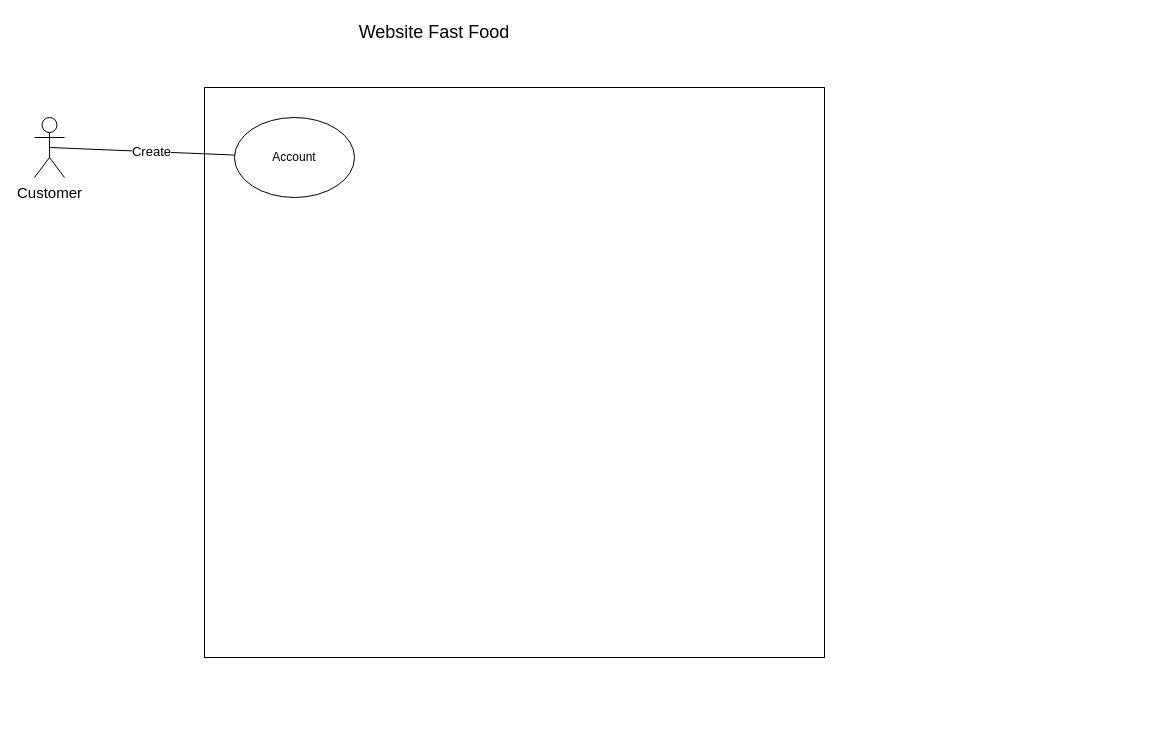
HARKINGS/UML keeps this draw.io diagram as PlaceOrder.drawio. Above is the earlier version. Source tidied: cells renumbered, new cells numbered last; positions are measured from the earlier drawing's top-left corner, leaving out a move shared by most shapes. Both pictures are drawn from the tidied source at 100%, with x=0, y=0 at pixel (34, 17).
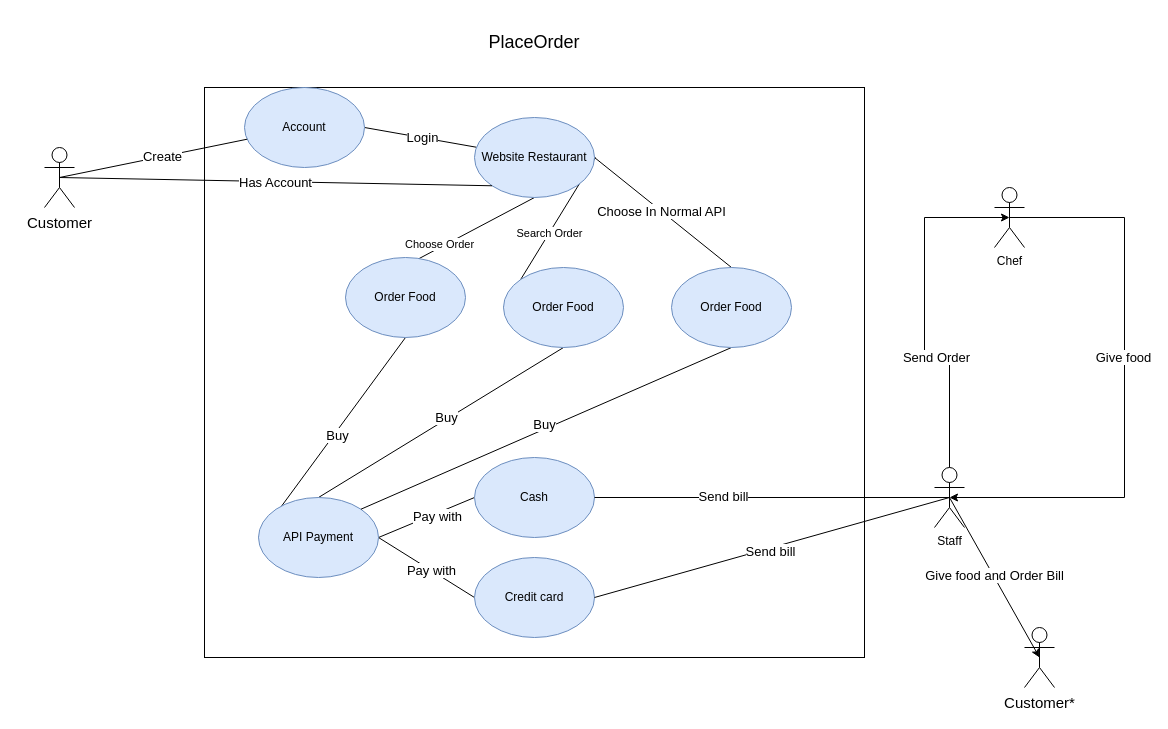
Above is the later version.

Commit message (it also covers changes not shown here):
Cập nhật PlaceOrder.drawio

Diff of the diagram source:
```diff
@@
     <mxCell id="2" value="&lt;font style=&quot;font-size: 15px;&quot;&gt;Customer&lt;/font&gt;" style="shape=umlActor;verticalLabelPosition=bottom;verticalAlign=top;html=1;outlineConnect=0;" parent="1" vertex="1">
-      <mxGeometry y="100" width="30" height="60" as="geometry" />
+      <mxGeometry x="10" y="130" width="30" height="60" as="geometry" />
     </mxCell>
     <mxCell id="3" style="rounded=0;whiteSpace=wrap;html=1;" parent="1" vertex="1">
-      <mxGeometry x="170" y="70" width="620" height="570" as="geometry" />
+      <mxGeometry x="170" y="70" width="660" height="570" as="geometry" />
     </mxCell>
-    <mxCell id="4" value="&lt;span style=&quot;font-size: 18px;&quot;&gt;Website Fast Food&lt;/span&gt;" style="text;html=1;align=center;verticalAlign=middle;whiteSpace=wrap;rounded=0;" parent="1" vertex="1">
-      <mxGeometry x="311" width="178" height="30" as="geometry" />
+    <mxCell id="4" value="&lt;span style=&quot;font-size: 18px;&quot;&gt;PlaceOrder&lt;/span&gt;" style="text;html=1;align=center;verticalAlign=middle;whiteSpace=wrap;rounded=0;" parent="1" vertex="1">
+      <mxGeometry x="411" y="10" width="178" height="30" as="geometry" />
     </mxCell>
+    <mxCell id="8" style="rounded=0;jettySize=auto;html=1;exitX=1;exitY=0.5;exitDx=0;exitDy=0;endArrow=none;endFill=0;" parent="1" edge="1" source="5" target="16">
+      <mxGeometry relative="1" as="geometry" />
+    </mxCell>
+    <mxCell id="9" value="&lt;font style=&quot;font-size: 13px;&quot;&gt;Login&lt;/font&gt;" style="edgeLabel;html=1;align=center;verticalAlign=middle;" parent="8" vertex="1">
+      <mxGeometry x="0.02" y="1" relative="1" as="geometry" />
+    </mxCell>
-    <mxCell id="5" value="Account" style="ellipse;whiteSpace=wrap;html=1;" parent="1" vertex="1">
-      <mxGeometry x="200" y="100" width="120" height="80" as="geometry" />
+    <mxCell id="5" value="Account" style="ellipse;whiteSpace=wrap;html=1;fillColor=#dae8fc;strokeColor=#6c8ebf;" parent="1" vertex="1">
+      <mxGeometry x="210" y="70" width="120" height="80" as="geometry" />
     </mxCell>
@@
+    <mxCell id="10" style="rounded=0;jettySize=auto;html=1;exitX=1;exitY=0.5;exitDx=0;exitDy=0;entryX=0;entryY=0.5;entryDx=0;entryDy=0;endArrow=none;endFill=0;" parent="1" edge="1" target="19">
+      <mxGeometry relative="1" as="geometry">
+        <mxPoint x="561" y="140" as="sourcePoint" />
+      </mxGeometry>
+    </mxCell>
+    <mxCell id="11" value="Search Order" style="edgeLabel;html=1;align=center;verticalAlign=middle;" parent="10" vertex="1">
+      <mxGeometry relative="1" as="geometry" />
+    </mxCell>
+    <mxCell id="12" style="rounded=0;jettySize=auto;html=1;exitX=0.5;exitY=1;exitDx=0;exitDy=0;entryX=0;entryY=0.5;entryDx=0;entryDy=0;endArrow=none;endFill=0;" parent="1" edge="1" source="16" target="22">
+      <mxGeometry relative="1" as="geometry" />
+    </mxCell>
+    <mxCell id="13" value="Choose Order" style="edgeLabel;html=1;align=center;verticalAlign=middle;" parent="12" vertex="1">
+      <mxGeometry x="-0.01" y="-3" relative="1" as="geometry" />
+    </mxCell>
+    <mxCell id="14" style="rounded=0;jettySize=auto;html=1;exitX=1;exitY=0.5;exitDx=0;exitDy=0;entryX=0.5;entryY=0;entryDx=0;entryDy=0;endArrow=none;endFill=0;" parent="1" edge="1" source="16" target="47">
+      <mxGeometry relative="1" as="geometry" />
+    </mxCell>
+    <mxCell id="15" value="&lt;font style=&quot;font-size: 13px;&quot;&gt;Choose In Normal API&lt;/font&gt;" style="edgeLabel;html=1;align=center;verticalAlign=middle;" parent="14" vertex="1">
+      <mxGeometry x="-0.03" relative="1" as="geometry" />
+    </mxCell>
+    <mxCell id="16" value="Website Restaurant" style="ellipse;whiteSpace=wrap;html=1;fillColor=#dae8fc;strokeColor=#6c8ebf;" parent="1" vertex="1">
+      <mxGeometry x="440" y="100" width="120" height="80" as="geometry" />
+    </mxCell>
+    <mxCell id="17" style="rounded=0;jettySize=auto;html=1;exitX=0.5;exitY=1;exitDx=0;exitDy=0;entryX=0.5;entryY=0;entryDx=0;entryDy=0;endArrow=none;endFill=0;" parent="1" edge="1" source="19" target="27">
+      <mxGeometry relative="1" as="geometry" />
+    </mxCell>
+    <mxCell id="18" value="&lt;font style=&quot;font-size: 13px;&quot;&gt;Buy&lt;/font&gt;" style="edgeLabel;html=1;align=center;verticalAlign=middle;" parent="17" vertex="1">
+      <mxGeometry x="-0.05" y="-2" relative="1" as="geometry" />
+    </mxCell>
+    <mxCell id="19" value="Order Food" style="ellipse;whiteSpace=wrap;html=1;fillColor=#dae8fc;strokeColor=#6c8ebf;" parent="1" vertex="1">
+      <mxGeometry x="469" y="250" width="120" height="80" as="geometry" />
+    </mxCell>
+    <mxCell id="20" style="rounded=0;jettySize=auto;html=1;exitX=0.5;exitY=1;exitDx=0;exitDy=0;entryX=0;entryY=0.5;entryDx=0;entryDy=0;endArrow=none;endFill=0;" parent="1" edge="1" source="22" target="27">
+      <mxGeometry relative="1" as="geometry" />
+    </mxCell>
+    <mxCell id="21" value="&lt;font style=&quot;font-size: 13px;&quot;&gt;Buy&lt;/font&gt;" style="edgeLabel;html=1;align=center;verticalAlign=middle;" parent="20" vertex="1">
+      <mxGeometry x="-0.04" y="3" relative="1" as="geometry" />
+    </mxCell>
+    <mxCell id="22" value="Order Food" style="ellipse;whiteSpace=wrap;html=1;fillColor=#dae8fc;strokeColor=#6c8ebf;" parent="1" vertex="1">
+      <mxGeometry x="311" y="240" width="120" height="80" as="geometry" />
+    </mxCell>
+    <mxCell id="23" style="rounded=0;jettySize=auto;html=1;exitX=1;exitY=0.5;exitDx=0;exitDy=0;entryX=0;entryY=0.5;entryDx=0;entryDy=0;endArrow=none;endFill=0;" parent="1" edge="1" source="27" target="30">
+      <mxGeometry relative="1" as="geometry" />
+    </mxCell>
+    <mxCell id="24" value="&lt;font style=&quot;font-size: 13px;&quot;&gt;Pay with&lt;/font&gt;" style="edgeLabel;html=1;align=center;verticalAlign=middle;" parent="23" vertex="1">
+      <mxGeometry x="0.2" y="-2" relative="1" as="geometry" />
+    </mxCell>
+    <mxCell id="25" style="rounded=0;jettySize=auto;html=1;exitX=1;exitY=0.5;exitDx=0;exitDy=0;entryX=0;entryY=0.5;entryDx=0;entryDy=0;endArrow=none;endFill=0;" parent="1" edge="1" source="27" target="31">
+      <mxGeometry relative="1" as="geometry" />
+    </mxCell>
+    <mxCell id="26" value="&lt;font style=&quot;font-size: 13px;&quot;&gt;Pay with&lt;/font&gt;" style="edgeLabel;html=1;align=center;verticalAlign=middle;" parent="25" vertex="1">
+      <mxGeometry x="0.09" relative="1" as="geometry" />
+    </mxCell>
+    <mxCell id="27" value="API Payment" style="ellipse;whiteSpace=wrap;html=1;fillColor=#dae8fc;strokeColor=#6c8ebf;" parent="1" vertex="1">
+      <mxGeometry x="224" y="480" width="120" height="80" as="geometry" />
+    </mxCell>
+    <mxCell id="28" style="rounded=0;jettySize=auto;html=1;exitX=0.5;exitY=0.5;exitDx=0;exitDy=0;exitPerimeter=0;entryX=0;entryY=1;entryDx=0;entryDy=0;endArrow=none;endFill=0;" parent="1" edge="1" source="2" target="16">
+      <mxGeometry relative="1" as="geometry" />
+    </mxCell>
+    <mxCell id="29" value="&lt;font style=&quot;font-size: 13px;&quot;&gt;Has Account&lt;/font&gt;" style="edgeLabel;html=1;align=center;verticalAlign=middle;" parent="28" vertex="1">
+      <mxGeometry relative="1" as="geometry" />
+    </mxCell>
+    <mxCell id="30" value="Cash" style="ellipse;whiteSpace=wrap;html=1;fillColor=#dae8fc;strokeColor=#6c8ebf;" parent="1" vertex="1">
+      <mxGeometry x="440" y="440" width="120" height="80" as="geometry" />
+    </mxCell>
+    <mxCell id="31" value="Credit card" style="ellipse;whiteSpace=wrap;html=1;fillColor=#dae8fc;strokeColor=#6c8ebf;" parent="1" vertex="1">
+      <mxGeometry x="440" y="540" width="120" height="80" as="geometry" />
+    </mxCell>
+    <mxCell id="32" value="Chef" style="shape=umlActor;verticalLabelPosition=bottom;verticalAlign=top;html=1;outlineConnect=0;" parent="1" vertex="1">
+      <mxGeometry x="960" y="170" width="30" height="60" as="geometry" />
+    </mxCell>
+    <mxCell id="33" value="Staff" style="shape=umlActor;verticalLabelPosition=bottom;verticalAlign=top;html=1;outlineConnect=0;" parent="1" vertex="1">
+      <mxGeometry x="900" y="450" width="30" height="60" as="geometry" />
+    </mxCell>
+    <mxCell id="34" style="edgeStyle=orthogonalEdgeStyle;rounded=0;jettySize=auto;html=1;exitX=1;exitY=0.5;exitDx=0;exitDy=0;entryX=0.5;entryY=0.5;entryDx=0;entryDy=0;entryPerimeter=0;endArrow=none;endFill=0;" parent="1" edge="1" source="30" target="33">
+      <mxGeometry relative="1" as="geometry" />
+    </mxCell>
+    <mxCell id="35" value="&lt;font style=&quot;font-size: 13px;&quot;&gt;Send bill&lt;/font&gt;" style="edgeLabel;html=1;align=center;verticalAlign=middle;" parent="34" vertex="1">
+      <mxGeometry x="-0.28" y="2" relative="1" as="geometry" />
+    </mxCell>
+    <mxCell id="36" style="rounded=0;jettySize=auto;html=1;exitX=1;exitY=0.5;exitDx=0;exitDy=0;entryX=0.5;entryY=0.5;entryDx=0;entryDy=0;entryPerimeter=0;endArrow=none;endFill=0;" parent="1" edge="1" source="31" target="33">
+      <mxGeometry relative="1" as="geometry" />
+    </mxCell>
+    <mxCell id="37" value="&lt;font style=&quot;font-size: 13px;&quot;&gt;Send bill&lt;/font&gt;" style="edgeLabel;html=1;align=center;verticalAlign=middle;" parent="36" vertex="1">
+      <mxGeometry x="-0.02" y="-3" relative="1" as="geometry" />
+    </mxCell>
+    <mxCell id="38" style="edgeStyle=orthogonalEdgeStyle;rounded=0;jettySize=auto;html=1;exitX=0.5;exitY=0;exitDx=0;exitDy=0;exitPerimeter=0;entryX=0.5;entryY=0.5;entryDx=0;entryDy=0;entryPerimeter=0;" parent="1" edge="1" source="33" target="32">
+      <mxGeometry relative="1" as="geometry">
+        <Array as="points">
+          <mxPoint x="915" y="340" />
+          <mxPoint x="890" y="340" />
+          <mxPoint x="890" y="200" />
+        </Array>
+      </mxGeometry>
+    </mxCell>
+    <mxCell id="39" value="&lt;font style=&quot;font-size: 13px;&quot;&gt;Send Order&lt;/font&gt;" style="edgeLabel;html=1;align=center;verticalAlign=middle;" parent="38" vertex="1">
+      <mxGeometry x="-0.31" y="-1" relative="1" as="geometry" />
+    </mxCell>
+    <mxCell id="40" style="edgeStyle=orthogonalEdgeStyle;rounded=0;jettySize=auto;html=1;exitX=0.5;exitY=0.5;exitDx=0;exitDy=0;exitPerimeter=0;entryX=0.5;entryY=0.5;entryDx=0;entryDy=0;entryPerimeter=0;" parent="1" edge="1" source="32" target="33">
+      <mxGeometry relative="1" as="geometry">
+        <Array as="points">
+          <mxPoint x="1090" y="200" />
+          <mxPoint x="1090" y="480" />
+        </Array>
+      </mxGeometry>
+    </mxCell>
+    <mxCell id="41" value="&lt;font style=&quot;font-size: 13px;&quot;&gt;Give food&lt;/font&gt;" style="edgeLabel;html=1;align=center;verticalAlign=middle;" parent="40" vertex="1">
+      <mxGeometry x="-0.11" y="-2" relative="1" as="geometry" />
+    </mxCell>
+    <mxCell id="42" value="&lt;font style=&quot;font-size: 15px;&quot;&gt;Customer*&lt;/font&gt;" style="shape=umlActor;verticalLabelPosition=bottom;verticalAlign=top;html=1;outlineConnect=0;" parent="1" vertex="1">
+      <mxGeometry x="990" y="610" width="30" height="60" as="geometry" />
+    </mxCell>
+    <mxCell id="43" style="rounded=0;jettySize=auto;html=1;exitX=0.5;exitY=0.5;exitDx=0;exitDy=0;exitPerimeter=0;entryX=0.5;entryY=0.5;entryDx=0;entryDy=0;entryPerimeter=0;" parent="1" edge="1" source="33" target="42">
+      <mxGeometry relative="1" as="geometry" />
+    </mxCell>
+    <mxCell id="44" value="&lt;font style=&quot;font-size: 13px;&quot;&gt;Give food and Order Bill&lt;/font&gt;" style="edgeLabel;html=1;align=center;verticalAlign=middle;" parent="43" vertex="1">
+      <mxGeometry x="-0.02" y="1" relative="1" as="geometry" />
+    </mxCell>
+    <mxCell id="45" style="rounded=0;jettySize=auto;html=1;exitX=0.5;exitY=1;exitDx=0;exitDy=0;entryX=1;entryY=0;entryDx=0;entryDy=0;endArrow=none;endFill=0;" parent="1" edge="1" source="47" target="27">
+      <mxGeometry relative="1" as="geometry" />
+    </mxCell>
+    <mxCell id="46" value="&lt;font style=&quot;font-size: 13px;&quot;&gt;Buy&lt;/font&gt;" style="edgeLabel;html=1;align=center;verticalAlign=middle;" parent="45" vertex="1">
+      <mxGeometry y="-5" relative="1" as="geometry" />
+    </mxCell>
+    <mxCell id="47" value="Order Food" style="ellipse;whiteSpace=wrap;html=1;fillColor=#dae8fc;strokeColor=#6c8ebf;" parent="1" vertex="1">
+      <mxGeometry x="637" y="250" width="120" height="80" as="geometry" />
+    </mxCell>
```
